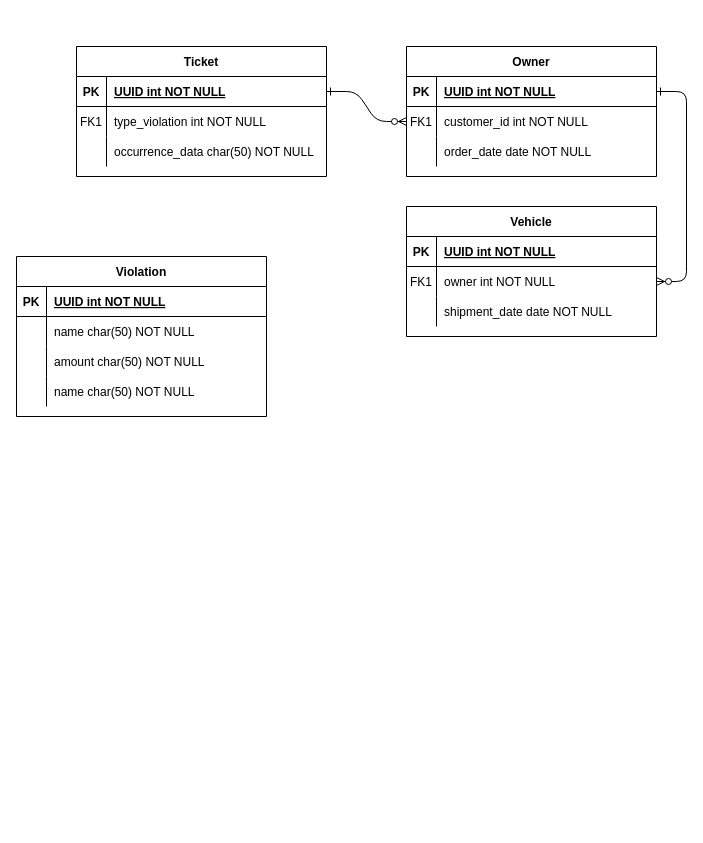
Before: Diagrama sem nome.drawio in beatriz-paiva/regular-api, a draw.io diagram. Source tidied: cells renumbered, new cells numbered last; positions are measured from the earlier drawing's top-left corner, leaving out a move shared by most shapes. Both pictures are drawn from the tidied source at 100%, with x=0, y=0 at pixel (16, 46).
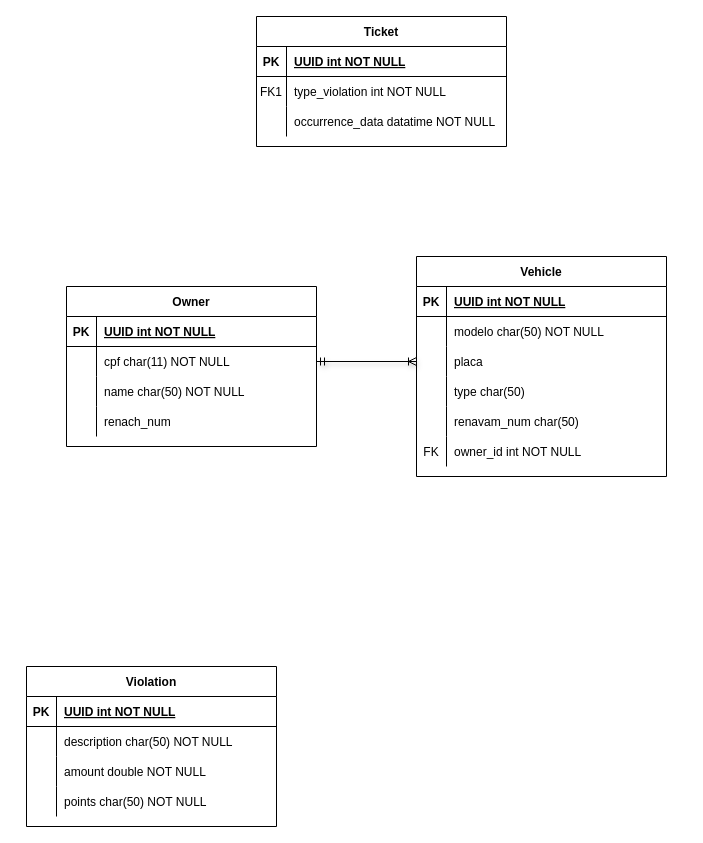
Above is the later version.

The change refers to these unchanged cells:
```xml
<mxCell id="18" style="shape=partialRectangle;fillColor=none;points=[[0,0.5],[1,0.5]];portConstraint=eastwest;top=0;left=0;right=0;bottom=0;" parent="14" vertex="1">
  <mxGeometry y="60" width="250" height="30" as="geometry" />
</mxCell>
<mxCell id="21" style="shape=partialRectangle;fillColor=none;points=[[0,0.5],[1,0.5]];portConstraint=eastwest;top=0;left=0;right=0;bottom=0;" parent="14" vertex="1">
  <mxGeometry y="90" width="250" height="30" as="geometry" />
</mxCell>
<mxCell id="25" style="shape=partialRectangle;fillColor=none;points=[[0,0.5],[1,0.5]];portConstraint=eastwest;top=0;left=0;right=0;bottom=1;" parent="24" vertex="1">
  <mxGeometry y="30" width="250" height="30" as="geometry" />
</mxCell>
<mxCell id="31" style="shape=partialRectangle;fillColor=none;top=0;left=0;right=0;bottom=0;" parent="24" vertex="1">
  <mxGeometry y="90" width="250" height="30" as="geometry" />
</mxCell>
<mxCell id="38" style="shape=partialRectangle;fillColor=none;top=0;left=0;right=0;bottom=0;" parent="34" vertex="1">
  <mxGeometry y="60" width="250" height="30" as="geometry" />
</mxCell>
<mxCell id="41" style="shape=partialRectangle;fillColor=none;top=0;left=0;right=0;bottom=0;" parent="34" vertex="1">
  <mxGeometry y="90" width="250" height="30" as="geometry" />
</mxCell>
<mxCell id="44" style="shape=partialRectangle;fillColor=none;top=0;left=0;right=0;bottom=0;" parent="34" vertex="1">
  <mxGeometry y="120" width="250" height="30" as="geometry" />
</mxCell>
```

Change to the diagram source:
```diff
@@
-    <mxCell id="2" style="edgeStyle=entityRelationEdgeStyle;endArrow=ERzeroToMany;startArrow=ERone;endFill=1;startFill=0;" parent="1" edge="1" source="25" target="8">
-      <mxGeometry relative="1" as="geometry" />
-    </mxCell>
-    <mxCell id="3" style="edgeStyle=entityRelationEdgeStyle;endArrow=ERzeroToMany;startArrow=ERone;endFill=1;startFill=0;" parent="1" edge="1" source="5" target="18">
-      <mxGeometry relative="1" as="geometry" />
-    </mxCell>
-    <mxCell id="4" value="Owner" style="shape=table;startSize=30;childLayout=tableLayout;rowLines=0;fontStyle=1;align=center;" parent="1" vertex="1">
-      <mxGeometry x="390" width="250" height="130" as="geometry" />
-    </mxCell>
-    <mxCell id="5" style="shape=partialRectangle;fillColor=none;points=[[0,0.5],[1,0.5]];portConstraint=eastwest;top=0;left=0;right=0;bottom=1;" parent="4" vertex="1">
-      <mxGeometry y="30" width="250" height="30" as="geometry" />
-    </mxCell>
-    <mxCell id="6" value="PK" style="shape=partialRectangle;overflow=hidden;fillColor=none;top=0;left=0;bottom=0;right=0;fontStyle=1;" parent="5" vertex="1">
-      <mxGeometry width="30" height="30" as="geometry" />
-    </mxCell>
-    <mxCell id="7" value="UUID int NOT NULL " style="shape=partialRectangle;overflow=hidden;fillColor=none;top=0;left=0;bottom=0;right=0;align=left;spacingLeft=6;fontStyle=5;" parent="5" vertex="1">
-      <mxGeometry x="30" width="220" height="30" as="geometry" />
-    </mxCell>
-    <mxCell id="8" style="shape=partialRectangle;fillColor=none;points=[[0,0.5],[1,0.5]];portConstraint=eastwest;top=0;left=0;right=0;bottom=0;" parent="4" vertex="1">
-      <mxGeometry y="60" width="250" height="30" as="geometry" />
-    </mxCell>
-    <mxCell id="9" value="FK1" style="shape=partialRectangle;overflow=hidden;fillColor=none;top=0;left=0;bottom=0;right=0;" parent="8" vertex="1">
-      <mxGeometry width="30" height="30" as="geometry" />
-    </mxCell>
-    <mxCell id="10" value="customer_id int NOT NULL" style="shape=partialRectangle;overflow=hidden;fillColor=none;top=0;left=0;bottom=0;right=0;align=left;spacingLeft=6;" parent="8" vertex="1">
-      <mxGeometry x="30" width="220" height="30" as="geometry" />
-    </mxCell>
-    <mxCell id="11" style="shape=partialRectangle;fillColor=none;top=0;left=0;right=0;bottom=0;" parent="4" vertex="1">
-      <mxGeometry y="90" width="250" height="30" as="geometry" />
-    </mxCell>
-    <mxCell id="12" style="shape=partialRectangle;overflow=hidden;fillColor=none;top=0;left=0;bottom=0;right=0;" parent="11" vertex="1">
-      <mxGeometry width="30" height="30" as="geometry" />
-    </mxCell>
-    <mxCell id="13" value="order_date date NOT NULL" style="shape=partialRectangle;overflow=hidden;fillColor=none;top=0;left=0;bottom=0;right=0;align=left;spacingLeft=6;" parent="11" vertex="1">
-      <mxGeometry x="30" width="220" height="30" as="geometry" />
-    </mxCell>
     <mxCell id="14" value="Vehicle" style="shape=table;startSize=30;childLayout=tableLayout;rowLines=0;fontStyle=1;align=center;" parent="1" vertex="1">
-      <mxGeometry x="390" y="160" width="250" height="130" as="geometry" />
+      <mxGeometry x="400" y="210" width="250" height="220" as="geometry" />
     </mxCell>
@@
-    <mxCell id="19" value="FK1" style="shape=partialRectangle;overflow=hidden;fillColor=none;top=0;left=0;bottom=0;right=0;" parent="18" vertex="1">
+    <mxCell id="19" style="shape=partialRectangle;overflow=hidden;fillColor=none;top=0;left=0;bottom=0;right=0;" parent="18" vertex="1">
       <mxGeometry width="30" height="30" as="geometry" />
     </mxCell>
-    <mxCell id="20" value="owner int NOT NULL" style="shape=partialRectangle;overflow=hidden;fillColor=none;top=0;left=0;bottom=0;right=0;align=left;spacingLeft=6;" parent="18" vertex="1">
+    <mxCell id="20" value="modelo char(50) NOT NULL" style="shape=partialRectangle;overflow=hidden;fillColor=none;top=0;left=0;bottom=0;right=0;align=left;spacingLeft=6;" parent="18" vertex="1">
       <mxGeometry x="30" width="220" height="30" as="geometry" />
     </mxCell>
@@
-    <mxCell id="23" value="shipment_date date NOT NULL" style="shape=partialRectangle;overflow=hidden;fillColor=none;top=0;left=0;bottom=0;right=0;align=left;spacingLeft=6;" parent="21" vertex="1">
+    <mxCell id="23" value="placa" style="shape=partialRectangle;overflow=hidden;fillColor=none;top=0;left=0;bottom=0;right=0;align=left;spacingLeft=6;" parent="21" vertex="1">
       <mxGeometry x="30" width="220" height="30" as="geometry" />
     </mxCell>
+    <mxCell id="47" style="shape=partialRectangle;fillColor=none;top=0;left=0;right=0;bottom=0;" parent="14" vertex="1">
+      <mxGeometry y="120" width="250" height="30" as="geometry" />
+    </mxCell>
+    <mxCell id="48" style="shape=partialRectangle;overflow=hidden;fillColor=none;top=0;left=0;bottom=0;right=0;" parent="47" vertex="1">
+      <mxGeometry width="30" height="30" as="geometry" />
+    </mxCell>
+    <mxCell id="49" value="type char(50)" style="shape=partialRectangle;overflow=hidden;fillColor=none;top=0;left=0;bottom=0;right=0;align=left;spacingLeft=6;" parent="47" vertex="1">
+      <mxGeometry x="30" width="220" height="30" as="geometry" />
+    </mxCell>
+    <mxCell id="50" style="shape=partialRectangle;fillColor=none;top=0;left=0;right=0;bottom=0;" parent="14" vertex="1">
+      <mxGeometry y="150" width="250" height="30" as="geometry" />
+    </mxCell>
+    <mxCell id="51" style="shape=partialRectangle;overflow=hidden;fillColor=none;top=0;left=0;bottom=0;right=0;" parent="50" vertex="1">
+      <mxGeometry width="30" height="30" as="geometry" />
+    </mxCell>
+    <mxCell id="52" value="renavam_num char(50)" style="shape=partialRectangle;overflow=hidden;fillColor=none;top=0;left=0;bottom=0;right=0;align=left;spacingLeft=6;" parent="50" vertex="1">
+      <mxGeometry x="30" width="220" height="30" as="geometry" />
+    </mxCell>
+    <mxCell id="53" style="shape=partialRectangle;fillColor=none;top=0;left=0;right=0;bottom=0;" parent="14" vertex="1">
+      <mxGeometry y="180" width="250" height="30" as="geometry" />
+    </mxCell>
+    <mxCell id="54" value="FK" style="shape=partialRectangle;overflow=hidden;fillColor=none;top=0;left=0;bottom=0;right=0;" parent="53" vertex="1">
+      <mxGeometry width="30" height="30" as="geometry" />
+    </mxCell>
+    <mxCell id="55" value="owner_id int NOT NULL" style="shape=partialRectangle;overflow=hidden;fillColor=none;top=0;left=0;bottom=0;right=0;align=left;spacingLeft=6;" parent="53" vertex="1">
+      <mxGeometry x="30" width="220" height="30" as="geometry" />
+    </mxCell>
     <mxCell id="24" value="Ticket" style="shape=table;startSize=30;childLayout=tableLayout;rowLines=0;fontStyle=1;align=center;" parent="1" vertex="1">
-      <mxGeometry x="60" width="250" height="130" as="geometry" />
+      <mxGeometry x="240" y="-30" width="250" height="130" as="geometry" />
     </mxCell>
@@
-    <mxCell id="33" value="occurrence_data char(50) NOT NULL" style="shape=partialRectangle;overflow=hidden;fillColor=none;top=0;left=0;bottom=0;right=0;align=left;spacingLeft=6;" parent="31" vertex="1">
+    <mxCell id="33" value="occurrence_data datatime NOT NULL" style="shape=partialRectangle;overflow=hidden;fillColor=none;top=0;left=0;bottom=0;right=0;align=left;spacingLeft=6;" parent="31" vertex="1">
       <mxGeometry x="30" width="220" height="30" as="geometry" />
     </mxCell>
     <mxCell id="34" value="Violation" style="shape=table;startSize=30;childLayout=tableLayout;rowLines=0;fontStyle=1;align=center;" parent="1" vertex="1">
-      <mxGeometry y="210" width="250" height="160" as="geometry" />
+      <mxGeometry x="10" y="620" width="250" height="160" as="geometry" />
     </mxCell>
@@
-    <mxCell id="40" value="name char(50) NOT NULL" style="shape=partialRectangle;overflow=hidden;fillColor=none;top=0;left=0;bottom=0;right=0;align=left;spacingLeft=6;" parent="38" vertex="1">
+    <mxCell id="40" value="description char(50) NOT NULL" style="shape=partialRectangle;overflow=hidden;fillColor=none;top=0;left=0;bottom=0;right=0;align=left;spacingLeft=6;" parent="38" vertex="1">
       <mxGeometry x="30" width="220" height="30" as="geometry" />
     </mxCell>
@@
-    <mxCell id="43" value="amount char(50) NOT NULL" style="shape=partialRectangle;overflow=hidden;fillColor=none;top=0;left=0;bottom=0;right=0;align=left;spacingLeft=6;" parent="41" vertex="1">
+    <mxCell id="43" value="amount double NOT NULL" style="shape=partialRectangle;overflow=hidden;fillColor=none;top=0;left=0;bottom=0;right=0;align=left;spacingLeft=6;" parent="41" vertex="1">
       <mxGeometry x="30" width="220" height="30" as="geometry" />
     </mxCell>
@@
-    <mxCell id="46" value="name char(50) NOT NULL" style="shape=partialRectangle;overflow=hidden;fillColor=none;top=0;left=0;bottom=0;right=0;align=left;spacingLeft=6;" parent="44" vertex="1">
+    <mxCell id="46" value="points char(50) NOT NULL" style="shape=partialRectangle;overflow=hidden;fillColor=none;top=0;left=0;bottom=0;right=0;align=left;spacingLeft=6;" parent="44" vertex="1">
       <mxGeometry x="30" width="220" height="30" as="geometry" />
     </mxCell>
+    <mxCell id="4" value="Owner" style="shape=table;startSize=30;childLayout=tableLayout;rowLines=0;fontStyle=1;align=center;" parent="1" vertex="1">
+      <mxGeometry x="50" y="240" width="250" height="160" as="geometry" />
+    </mxCell>
+    <mxCell id="5" style="shape=partialRectangle;fillColor=none;points=[[0,0.5],[1,0.5]];portConstraint=eastwest;top=0;left=0;right=0;bottom=1;" parent="4" vertex="1">
+      <mxGeometry y="30" width="250" height="30" as="geometry" />
+    </mxCell>
+    <mxCell id="6" value="PK" style="shape=partialRectangle;overflow=hidden;fillColor=none;top=0;left=0;bottom=0;right=0;fontStyle=1;" parent="5" vertex="1">
+      <mxGeometry width="30" height="30" as="geometry" />
+    </mxCell>
+    <mxCell id="7" value="UUID int NOT NULL " style="shape=partialRectangle;overflow=hidden;fillColor=none;top=0;left=0;bottom=0;right=0;align=left;spacingLeft=6;fontStyle=5;" parent="5" vertex="1">
+      <mxGeometry x="30" width="220" height="30" as="geometry" />
+    </mxCell>
+    <mxCell id="8" style="shape=partialRectangle;fillColor=none;points=[[0,0.5],[1,0.5]];portConstraint=eastwest;top=0;left=0;right=0;bottom=0;" parent="4" vertex="1">
+      <mxGeometry y="60" width="250" height="30" as="geometry" />
+    </mxCell>
+    <mxCell id="56" style="shape=partialRectangle;overflow=hidden;fillColor=none;top=0;left=0;bottom=0;right=0;" parent="8" vertex="1">
+      <mxGeometry width="30" height="30" as="geometry" />
+    </mxCell>
+    <mxCell id="57" value="cpf char(11) NOT NULL" style="shape=partialRectangle;overflow=hidden;fillColor=none;top=0;left=0;bottom=0;right=0;align=left;spacingLeft=6;" parent="8" vertex="1">
+      <mxGeometry x="30" width="220" height="30" as="geometry" />
+    </mxCell>
+    <mxCell id="11" style="shape=partialRectangle;fillColor=none;top=0;left=0;right=0;bottom=0;" parent="4" vertex="1">
+      <mxGeometry y="90" width="250" height="30" as="geometry" />
+    </mxCell>
+    <mxCell id="58" style="shape=partialRectangle;overflow=hidden;fillColor=none;top=0;left=0;bottom=0;right=0;" parent="11" vertex="1">
+      <mxGeometry width="30" height="30" as="geometry" />
+    </mxCell>
+    <mxCell id="59" value="name char(50) NOT NULL" style="shape=partialRectangle;overflow=hidden;fillColor=none;top=0;left=0;bottom=0;right=0;align=left;spacingLeft=6;" parent="11" vertex="1">
+      <mxGeometry x="30" width="220" height="30" as="geometry" />
+    </mxCell>
+    <mxCell id="60" style="shape=partialRectangle;fillColor=none;top=0;left=0;right=0;bottom=0;" parent="4" vertex="1">
+      <mxGeometry y="120" width="250" height="30" as="geometry" />
+    </mxCell>
+    <mxCell id="61" style="shape=partialRectangle;overflow=hidden;fillColor=none;top=0;left=0;bottom=0;right=0;" parent="60" vertex="1">
+      <mxGeometry width="30" height="30" as="geometry" />
+    </mxCell>
+    <mxCell id="62" value="renach_num" style="shape=partialRectangle;overflow=hidden;fillColor=none;top=0;left=0;bottom=0;right=0;align=left;spacingLeft=6;" parent="60" vertex="1">
+      <mxGeometry x="30" width="220" height="30" as="geometry" />
+    </mxCell>
+    <mxCell id="63" style="edgeStyle=orthogonalEdgeStyle;rounded=0;jettySize=auto;html=1;exitX=1;exitY=0.5;exitDx=0;exitDy=0;shadow=1;flowAnimation=0;endArrow=ERoneToMany;endFill=0;startArrow=ERmandOne;startFill=0;" parent="1" edge="1" source="8" target="21">
+      <mxGeometry relative="1" as="geometry" />
+    </mxCell>
```
